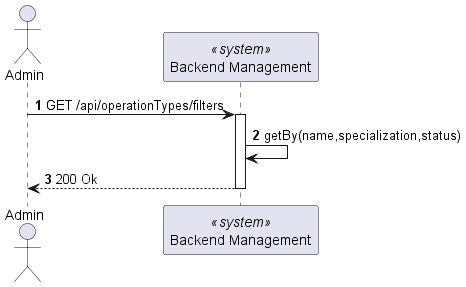
Before: docs/OperationTypeListSearch/views/level2/process-view.png, a diagram exported from PlantUML (Lapr5G21/sem5pi-24-25-3ddg21). The source it was exported from:
```plantuml
@startuml

autonumber
actor Admin as "Admin"
participant SYS as "Backend Management" <<system>>



Admin -> SYS : GET /api/operationTypes/filters
activate SYS

SYS -> SYS : getBy(name,specialization,status)
Admin <-- SYS : 200 Ok
deactivate SYS


@enduml
```
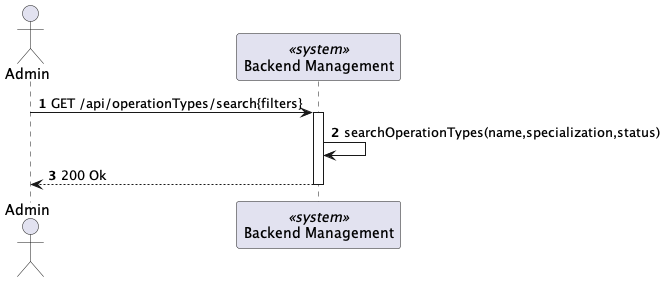
Later version of the same file.

Diff of the diagram source:
```diff
@@ -6,10 +6,10 @@
 
 
 
-Admin -> SYS : GET /api/operationTypes/filters
+Admin -> SYS : GET /api/operationTypes/search{filters}
 activate SYS
 
-SYS -> SYS : getBy(name,specialization,status)
+SYS -> SYS : searchOperationTypes(name,specialization,status)
 Admin <-- SYS : 200 Ok
 deactivate SYS
 
```
